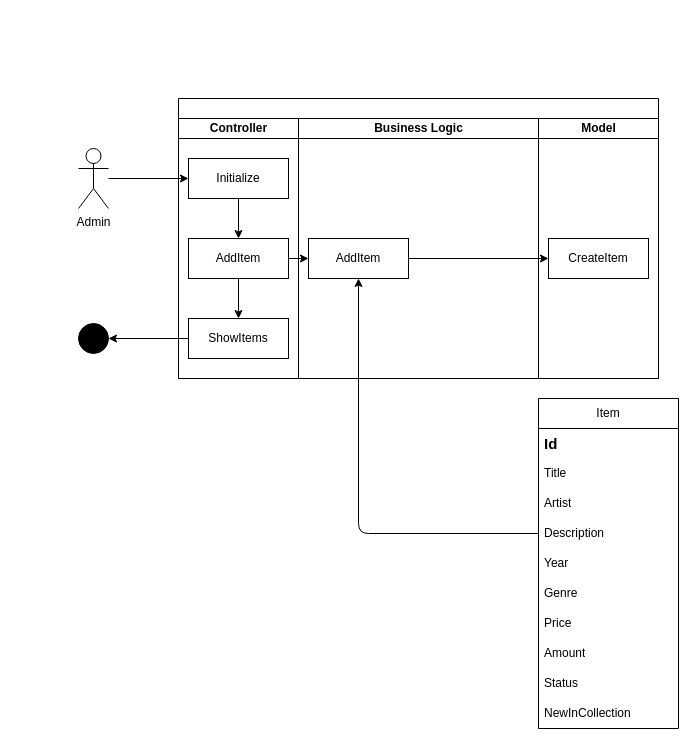
Earlier version of the draw.io diagram diagrams/ASD/AddItem.drawio (JochemGrootherder/educom-webshop-runtime-records). Source tidied: cells renumbered, new cells numbered last; positions are measured from the earlier drawing's top-left corner, leaving out a move shared by most shapes. Both pictures are drawn from the tidied source at 100%, with x=0, y=0 at pixel (78, 98).
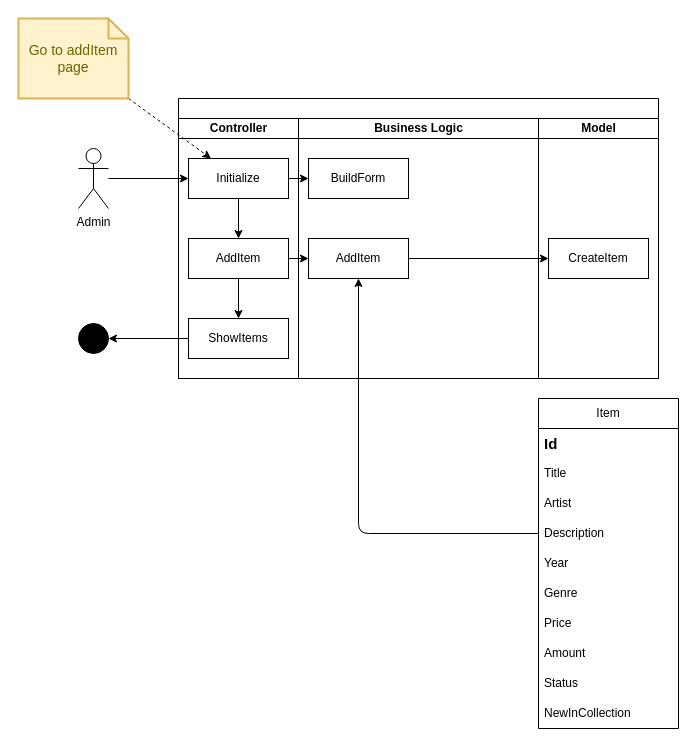
The same page after the edit.

The change refers to these unchanged cells:
```xml
<mxCell id="2" style="swimlane;startSize=20;html=1;" parent="1" vertex="1">
  <mxGeometry x="100" width="480" height="280" as="geometry" />
</mxCell>
<mxCell id="5" value="Initialize" style="rounded=0;whiteSpace=wrap;html=1;" parent="3" vertex="1">
  <mxGeometry x="10" y="40" width="100" height="40" as="geometry" />
</mxCell>
<mxCell id="9" value="Business Logic" style="swimlane;startSize=20;html=1;" parent="2" vertex="1">
  <mxGeometry x="120" y="20" width="240" height="260" as="geometry" />
</mxCell>
```

Diff of the diagram source:
```diff
@@
+    <mxCell id="31" value="BuildForm" style="rounded=0;whiteSpace=wrap;html=1;" parent="9" vertex="1">
+      <mxGeometry x="10" y="40" width="100" height="40" as="geometry" />
+    </mxCell>
@@
+    <mxCell id="32" style="edgeStyle=none;html=1;" parent="2" edge="1" source="5" target="31">
+      <mxGeometry relative="1" as="geometry" />
+    </mxCell>
@@
+    <mxCell id="33" style="edgeStyle=none;html=1;dashed=1;" parent="1" edge="1" source="34" target="5">
+      <mxGeometry relative="1" as="geometry" />
+    </mxCell>
+    <mxCell id="34" value="Go to addItem page" style="shape=note;strokeWidth=2;fontSize=14;size=20;whiteSpace=wrap;html=1;fillColor=#fff2cc;strokeColor=#d6b656;fontColor=#666600;" parent="1" vertex="1">
+      <mxGeometry x="-60" y="-80" width="110" height="80" as="geometry" />
+    </mxCell>
```
